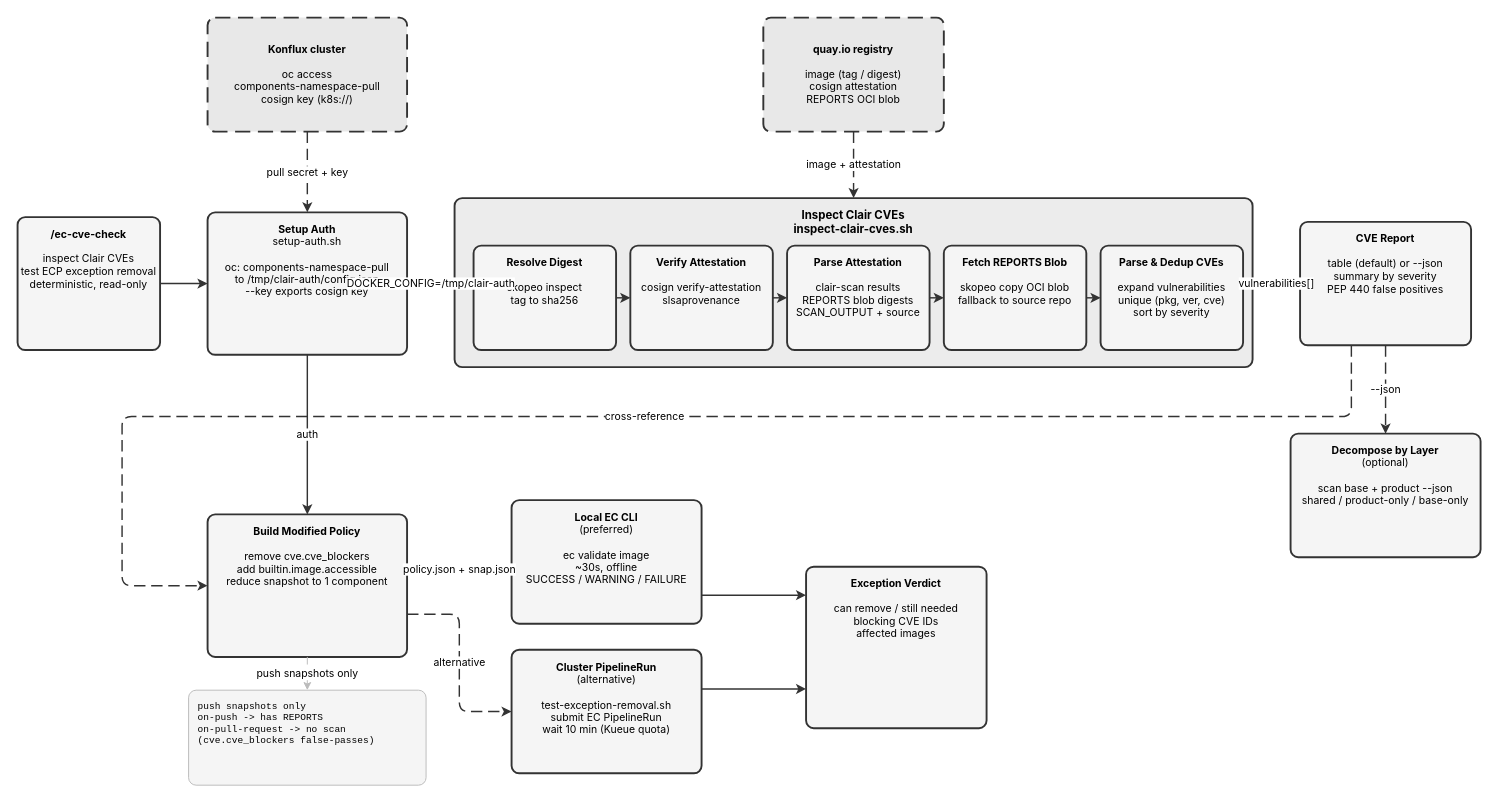
Above: site/docs/plugins/ec-cve-check/ec-cve-check.drawio in fege/skills-registry (draw.io), before the change. Source tidied: cells renumbered, new cells numbered last; positions are measured from the earlier drawing's top-left corner, leaving out a move shared by most shapes. Both pictures are drawn from the tidied source at 95%, with x=0, y=0 at pixel (17, 17).
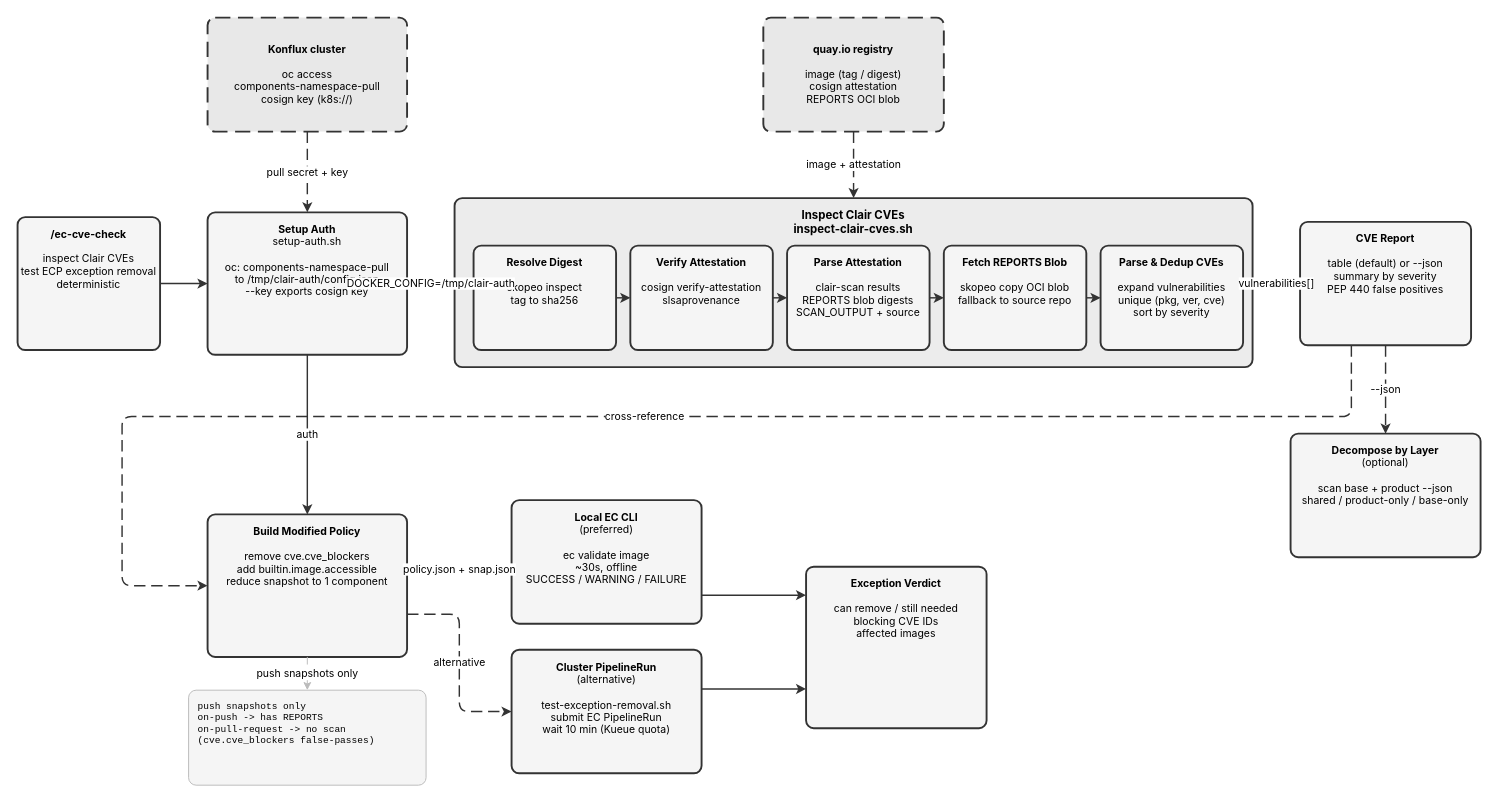
The same diagram, later.

Commit message (it also covers changes not shown here):
docs: scope ec-cve-check read-only claim to inspection/local paths

Change to the diagram source:
```diff
@@
-    <mxCell id="2" value="&lt;b&gt;/ec-cve-check&lt;/b&gt;&lt;br&gt;&lt;br&gt;inspect Clair CVEs&lt;br&gt;test ECP exception removal&lt;br&gt;deterministic, read-only" style="rounded=1;whiteSpace=wrap;html=1;fillColor=#f5f5f5;strokeColor=#333333;strokeWidth=2;verticalAlign=top;spacingTop=5;fontSize=11;fontFamily=Inter,Helvetica,Arial,sans-serif;arcSize=16;absoluteArcSize=1;" parent="1" vertex="1">
+    <mxCell id="2" value="&lt;b&gt;/ec-cve-check&lt;/b&gt;&lt;br&gt;&lt;br&gt;inspect Clair CVEs&lt;br&gt;test ECP exception removal&lt;br&gt;deterministic" style="rounded=1;whiteSpace=wrap;html=1;fillColor=#f5f5f5;strokeColor=#333333;strokeWidth=2;verticalAlign=top;spacingTop=5;fontSize=11;fontFamily=Inter,Helvetica,Arial,sans-serif;arcSize=16;absoluteArcSize=1;" parent="1" vertex="1">
       <mxGeometry y="210" width="150" height="140" as="geometry" />
     </mxCell>
```
